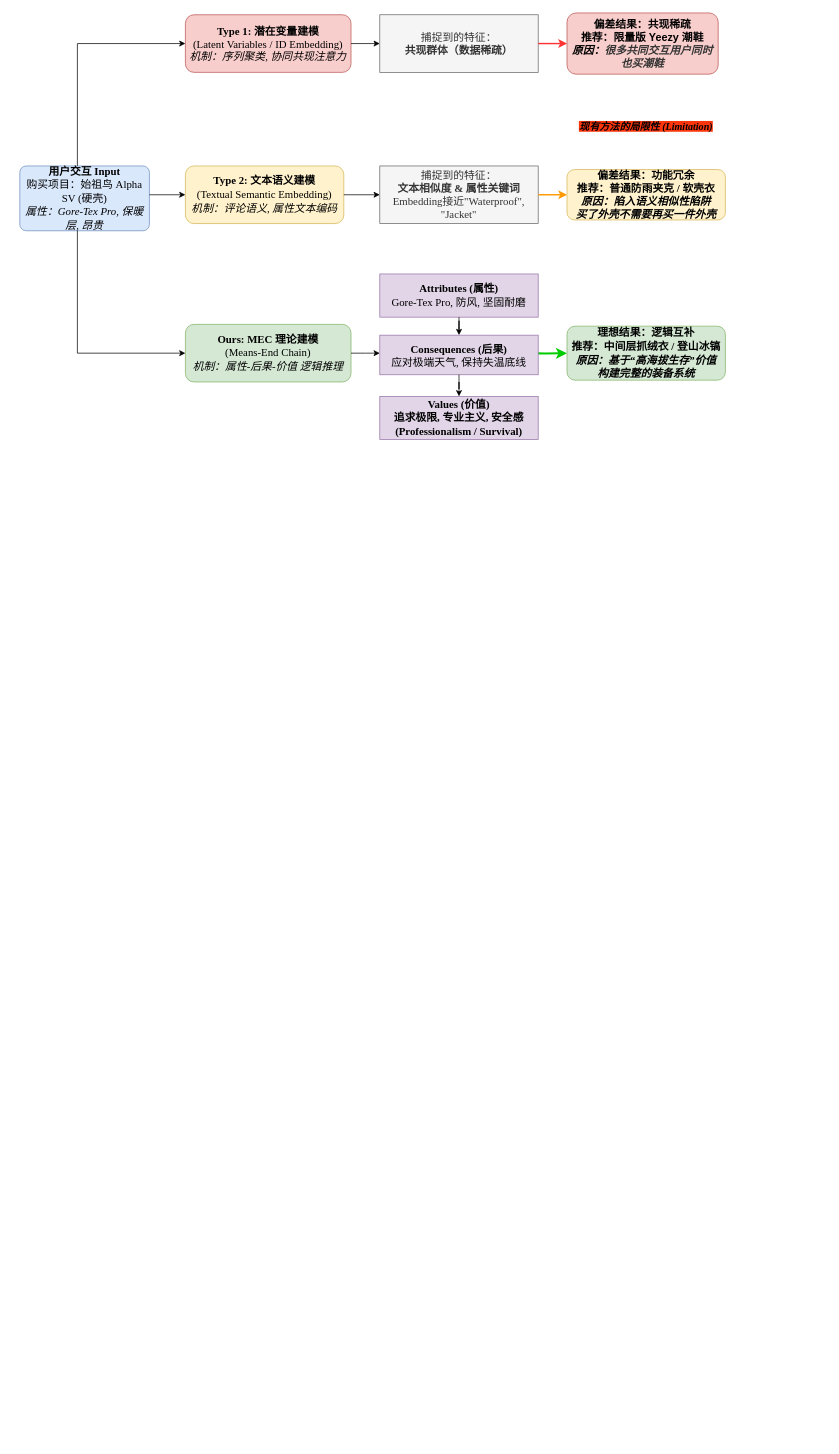
ClongPang/draw.io.storages keeps this draw.io diagram as IntentRS/introduction.drawio. Above is the earlier version. Source tidied: cells renumbered, new cells numbered last; positions are measured from the earlier drawing's top-left corner, leaving out a move shared by most shapes. Both pictures are drawn from the tidied source at 72%, with x=0, y=0 at pixel (19, 13).
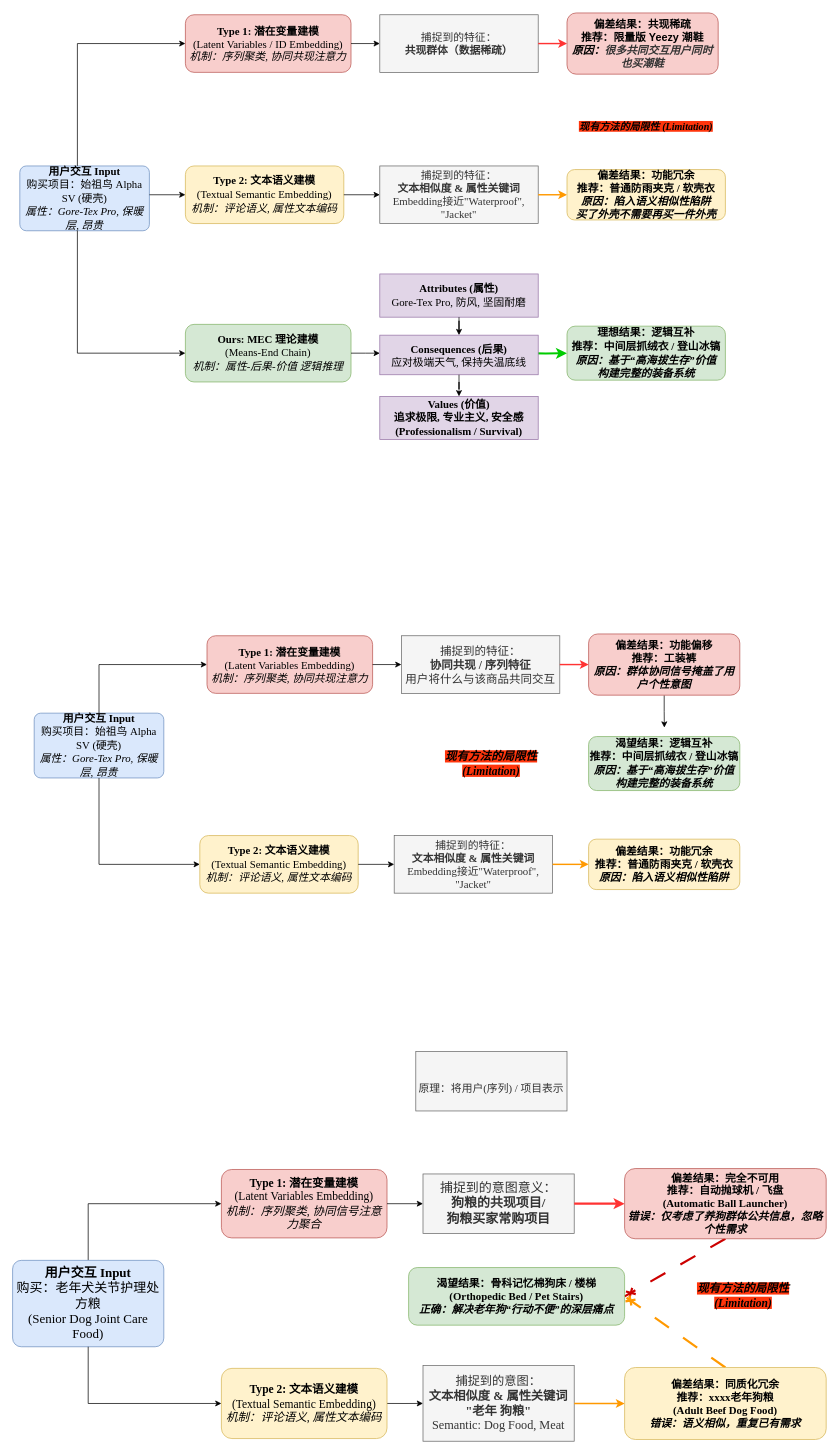
The same page after the edit.

The edit, as a diff of the source:
```diff
@@
+    <mxCell id="26" value="&lt;font style=&quot;font-size: 15px;&quot;&gt;&lt;b&gt;用户交互 Input&lt;/b&gt;&lt;br&gt;购买项目：始祖鸟 Alpha SV (硬壳)&lt;br&gt;&lt;i&gt;属性：Gore-Tex Pro, 保暖层, 昂贵&lt;/i&gt;&lt;/font&gt;" style="rounded=1;whiteSpace=wrap;html=1;fillColor=#dae8fc;strokeColor=#6c8ebf;arcSize=10;fontStyle=0;fontFamily=Times New Roman;fontSize=14;" parent="1" vertex="1">
+      <mxGeometry x="20" y="972" width="180" height="90" as="geometry" />
+    </mxCell>
+    <mxCell id="27" style="edgeStyle=orthogonalEdgeStyle;rounded=0;jettySize=auto;html=1;entryX=0;entryY=0.5;entryDx=0;entryDy=0;" parent="1" edge="1" source="26" target="28">
+      <mxGeometry relative="1" as="geometry">
+        <Array as="points">
+          <mxPoint x="110" y="904.5" />
+        </Array>
+      </mxGeometry>
+    </mxCell>
+    <mxCell id="28" value="&lt;font face=&quot;Times New Roman&quot; style=&quot;font-size: 15px;&quot;&gt;&lt;b style=&quot;&quot;&gt;Type 1: 潜在变量建模&lt;/b&gt;&lt;br&gt;(Latent Variables Embedding)&lt;br&gt;&lt;i style=&quot;&quot;&gt;机制：序列聚类, 协同共现注意力&lt;/i&gt;&lt;/font&gt;" style="rounded=1;whiteSpace=wrap;html=1;fillColor=#f8cecc;strokeColor=#b85450;" parent="1" vertex="1">
+      <mxGeometry x="260" y="864.5" width="230" height="80" as="geometry" />
+    </mxCell>
+    <mxCell id="29" style="edgeStyle=orthogonalEdgeStyle;rounded=0;jettySize=auto;html=1;entryX=0;entryY=0.5;entryDx=0;entryDy=0;exitX=0.5;exitY=1;exitDx=0;exitDy=0;" parent="1" edge="1" source="26" target="30">
+      <mxGeometry relative="1" as="geometry">
+        <Array as="points">
+          <mxPoint x="110" y="1182" />
+        </Array>
+      </mxGeometry>
+    </mxCell>
+    <mxCell id="30" value="&lt;font style=&quot;font-size: 15px;&quot;&gt;&lt;b&gt;Type 2: 文本语义建模&lt;/b&gt;&lt;br&gt;(Textual Semantic Embedding)&lt;br&gt;&lt;i&gt;机制：评论语义, 属性文本编码&lt;/i&gt;&lt;/font&gt;" style="rounded=1;whiteSpace=wrap;html=1;fillColor=#fff2cc;strokeColor=#d6b656;fontFamily=Times New Roman;fontSize=14;" parent="1" vertex="1">
+      <mxGeometry x="250" y="1142" width="220" height="80" as="geometry" />
+    </mxCell>
+    <mxCell id="31" style="edgeStyle=orthogonalEdgeStyle;rounded=0;jettySize=auto;html=1;" parent="1" edge="1" source="28" target="32">
+      <mxGeometry relative="1" as="geometry" />
+    </mxCell>
+    <mxCell id="32" value="&lt;font face=&quot;Times New Roman&quot; style=&quot;font-size: 16px;&quot;&gt;&lt;font style=&quot;&quot;&gt;捕捉到的特征：&lt;br&gt;&lt;b style=&quot;&quot;&gt;协同共现 / 序列特征&lt;/b&gt;&lt;/font&gt;&lt;br&gt;&lt;/font&gt;&lt;div&gt;&lt;font face=&quot;Times New Roman&quot; style=&quot;font-size: 16px;&quot;&gt;用户将什么与该商品共同交互&lt;/font&gt;&lt;/div&gt;" style="rounded=0;whiteSpace=wrap;html=1;fillColor=#f5f5f5;fontColor=#333333;strokeColor=#666666;" parent="1" vertex="1">
+      <mxGeometry x="530" y="864.5" width="220" height="80" as="geometry" />
+    </mxCell>
+    <mxCell id="33" style="edgeStyle=orthogonalEdgeStyle;rounded=0;jettySize=auto;html=1;strokeWidth=2;strokeColor=#FF3333;" parent="1" edge="1" source="32" target="35">
+      <mxGeometry relative="1" as="geometry" />
+    </mxCell>
+    <mxCell id="34" style="edgeStyle=orthogonalEdgeStyle;rounded=0;jettySize=auto;html=1;exitX=0.5;exitY=1;exitDx=0;exitDy=0;" parent="1" edge="1" source="35">
+      <mxGeometry relative="1" as="geometry">
+        <mxPoint x="895.2" y="992" as="targetPoint" />
+      </mxGeometry>
+    </mxCell>
+    <mxCell id="35" value="&lt;font style=&quot;font-size: 15px;&quot;&gt;&lt;b&gt;偏差结果：功能偏移&lt;/b&gt;&lt;br&gt;推荐：工装裤&lt;br&gt;&lt;i&gt;原因：群体协同信号掩盖了用户个性意图&lt;/i&gt;&lt;/font&gt;" style="rounded=1;whiteSpace=wrap;html=1;fillColor=#f8cecc;strokeColor=#b85450;fontStyle=1;fontSize=14;" parent="1" vertex="1">
+      <mxGeometry x="790" y="862" width="210" height="85" as="geometry" />
+    </mxCell>
+    <mxCell id="36" style="edgeStyle=orthogonalEdgeStyle;rounded=0;jettySize=auto;html=1;" parent="1" edge="1" source="30" target="37">
+      <mxGeometry relative="1" as="geometry" />
+    </mxCell>
+    <mxCell id="37" value="&lt;font style=&quot;font-size: 15px;&quot;&gt;捕捉到的特征：&lt;br&gt;&lt;b style=&quot;&quot;&gt;文本相似度 &amp;amp; 属性关键词&lt;/b&gt;&lt;br&gt;Embedding接近&quot;Waterproof&quot;, &quot;Jacket&quot;&lt;/font&gt;" style="rounded=0;whiteSpace=wrap;html=1;fillColor=#f5f5f5;fontColor=#333333;strokeColor=#666666;fontFamily=Times New Roman;" parent="1" vertex="1">
+      <mxGeometry x="520" y="1142" width="220" height="80" as="geometry" />
+    </mxCell>
+    <mxCell id="38" style="edgeStyle=orthogonalEdgeStyle;rounded=0;jettySize=auto;html=1;strokeWidth=2;strokeColor=#FF9900;" parent="1" edge="1" source="37" target="39">
+      <mxGeometry relative="1" as="geometry" />
+    </mxCell>
+    <mxCell id="39" value="&lt;font face=&quot;Times New Roman&quot; style=&quot;font-size: 15px;&quot;&gt;&lt;b style=&quot;&quot;&gt;偏差结果：功能冗余&lt;/b&gt;&lt;br&gt;推荐：普通防雨夹克 / 软壳衣&lt;br&gt;&lt;i style=&quot;&quot;&gt;原因：陷入语义相似性陷阱&lt;br&gt;&lt;/i&gt;&lt;/font&gt;" style="rounded=1;whiteSpace=wrap;html=1;fillColor=#fff2cc;strokeColor=#d6b656;fontStyle=1;" parent="1" vertex="1">
+      <mxGeometry x="790" y="1147" width="210" height="70" as="geometry" />
+    </mxCell>
+    <mxCell id="40" value="&lt;font face=&quot;Times New Roman&quot; style=&quot;font-size: 16px;&quot;&gt;&lt;i style=&quot;background-color: rgb(255, 53, 12);&quot;&gt;现有方法的局限性 (Limitation)&lt;/i&gt;&lt;/font&gt;" style="text;html=1;strokeColor=none;fillColor=none;align=center;verticalAlign=middle;whiteSpace=wrap;rounded=0;fontStyle=1;fontSize=14;" parent="1" vertex="1">
+      <mxGeometry x="550" y="1013.2" width="210" height="57.5" as="geometry" />
+    </mxCell>
+    <mxCell id="41" value="&lt;font style=&quot;font-size: 15px;&quot;&gt;&lt;b&gt;渴望结果：逻辑互补&lt;/b&gt;&lt;br&gt;推荐：中间层抓绒衣 / 登山冰镐&lt;br&gt;&lt;i&gt;原因：基于“高海拔生存”价值&lt;br&gt;构建完整的装备系统&lt;/i&gt;&lt;/font&gt;" style="rounded=1;whiteSpace=wrap;html=1;fillColor=#d5e8d4;strokeColor=#82b366;fontStyle=1;fontFamily=Times New Roman;fontSize=14;" parent="1" vertex="1">
+      <mxGeometry x="790" y="1004.5" width="210" height="75" as="geometry" />
+    </mxCell>
+    <mxCell id="42" style="edgeStyle=orthogonalEdgeStyle;rounded=0;jettySize=auto;html=1;exitX=0.5;exitY=0;exitDx=0;exitDy=0;entryX=0;entryY=0.5;entryDx=0;entryDy=0;" parent="1" edge="1" source="43" target="44">
+      <mxGeometry relative="1" as="geometry" />
+    </mxCell>
+    <mxCell id="43" value="&lt;font face=&quot;Times New Roman&quot; style=&quot;font-size: 18px;&quot;&gt;&lt;b style=&quot;&quot;&gt;用户交互 Input&lt;/b&gt;&lt;br&gt;购买：老年犬关节护理处方粮&lt;br&gt;(Senior Dog Joint Care Food)&lt;/font&gt;" style="rounded=1;whiteSpace=wrap;html=1;fillColor=#dae8fc;strokeColor=#6c8ebf;arcSize=10;fontStyle=0;fontSize=14;" parent="1" vertex="1">
+      <mxGeometry x="-10" y="1732" width="210" height="120" as="geometry" />
+    </mxCell>
+    <mxCell id="44" value="&lt;font face=&quot;Times New Roman&quot; style=&quot;font-size: 16px;&quot;&gt;&lt;b style=&quot;&quot;&gt;Type 1: 潜在变量建模&lt;/b&gt;&lt;br&gt;(Latent Variables Embedding)&lt;br style=&quot;&quot;&gt;&lt;i style=&quot;&quot;&gt;机制：序列聚类, 协同信号注意力聚合&lt;/i&gt;&lt;/font&gt;" style="rounded=1;whiteSpace=wrap;html=1;fillColor=#f8cecc;strokeColor=#b85450;" parent="1" vertex="1">
+      <mxGeometry x="280" y="1605.8" width="230" height="95" as="geometry" />
+    </mxCell>
+    <mxCell id="45" style="edgeStyle=orthogonalEdgeStyle;rounded=0;jettySize=auto;html=1;entryX=0;entryY=0.5;entryDx=0;entryDy=0;exitX=0.5;exitY=1;exitDx=0;exitDy=0;" parent="1" edge="1" source="43" target="57">
+      <mxGeometry relative="1" as="geometry" />
+    </mxCell>
+    <mxCell id="46" style="edgeStyle=orthogonalEdgeStyle;rounded=0;jettySize=auto;html=1;" parent="1" edge="1" source="44" target="47">
+      <mxGeometry relative="1" as="geometry" />
+    </mxCell>
+    <mxCell id="47" value="&lt;div&gt;&lt;span style=&quot;font-family: &amp;quot;Times New Roman&amp;quot;; background-color: transparent; color: light-dark(rgb(51, 51, 51), rgb(193, 193, 193));&quot;&gt;&lt;font style=&quot;font-size: 18px;&quot;&gt;捕捉到的意图意义：&lt;/font&gt;&lt;/span&gt;&lt;/div&gt;&lt;font style=&quot;font-size: 18px;&quot; face=&quot;Times New Roman&quot;&gt;&lt;b style=&quot;&quot;&gt;狗粮的共现项目/&lt;/b&gt;&lt;/font&gt;&lt;div&gt;&lt;font style=&quot;font-size: 18px;&quot; face=&quot;Times New Roman&quot;&gt;&lt;b style=&quot;&quot;&gt;狗粮买家常购项目&lt;/b&gt;&lt;/font&gt;&lt;/div&gt;" style="rounded=0;whiteSpace=wrap;html=1;fillColor=#f5f5f5;fontColor=#333333;strokeColor=#666666;" parent="1" vertex="1">
+      <mxGeometry x="560" y="1612" width="210" height="82.5" as="geometry" />
+    </mxCell>
+    <mxCell id="48" style="edgeStyle=orthogonalEdgeStyle;rounded=0;jettySize=auto;html=1;strokeWidth=3;strokeColor=#FF3333;" parent="1" edge="1" source="47" target="50">
+      <mxGeometry relative="1" as="geometry" />
+    </mxCell>
+    <mxCell id="49" style="rounded=0;jettySize=auto;html=1;exitX=0.5;exitY=1;exitDx=0;exitDy=0;entryX=1;entryY=0.5;entryDx=0;entryDy=0;strokeWidth=3;strokeColor=#CC0000;dashed=1;dashPattern=8 8;endArrow=cross;endFill=0;" parent="1" edge="1" source="50" target="55">
+      <mxGeometry relative="1" as="geometry" />
+    </mxCell>
+    <mxCell id="50" value="&lt;font face=&quot;Times New Roman&quot; style=&quot;font-size: 15px;&quot;&gt;&lt;b style=&quot;&quot;&gt;偏差结果：完全不可用&lt;/b&gt;&lt;br&gt;推荐：自动抛球机 / 飞盘&lt;br&gt;(Automatic Ball Launcher)&lt;br&gt;&lt;i style=&quot;&quot;&gt;错误：仅考虑了养狗群体公共信息，忽略个性需求&lt;/i&gt;&lt;/font&gt;" style="rounded=1;whiteSpace=wrap;html=1;fillColor=#f8cecc;strokeColor=#b85450;fontStyle=1;" parent="1" vertex="1">
+      <mxGeometry x="840" y="1604.5" width="280" height="97.5" as="geometry" />
+    </mxCell>
+    <mxCell id="51" value="&lt;font style=&quot;font-size: 17px;&quot;&gt;捕捉到的意图：&lt;br&gt;&lt;b style=&quot;&quot;&gt;文本相似度 &amp;amp; 属性关键词&lt;/b&gt;&lt;/font&gt;&lt;div&gt;&lt;font style=&quot;font-size: 17px;&quot;&gt;&lt;b style=&quot;&quot;&gt;&quot;老年 狗粮&quot;&lt;/b&gt;&lt;br&gt;Semantic: Dog Food, Meat&lt;/font&gt;&lt;/div&gt;" style="rounded=0;whiteSpace=wrap;html=1;fillColor=#f5f5f5;fontColor=#333333;strokeColor=#666666;fontFamily=Times New Roman;fontSize=13;" parent="1" vertex="1">
+      <mxGeometry x="560" y="1878.2" width="210" height="105" as="geometry" />
+    </mxCell>
+    <mxCell id="52" style="edgeStyle=orthogonalEdgeStyle;rounded=0;jettySize=auto;html=1;strokeWidth=2;strokeColor=#FF9900;" parent="1" edge="1" source="51" target="54">
+      <mxGeometry relative="1" as="geometry" />
+    </mxCell>
+    <mxCell id="53" style="rounded=0;jettySize=auto;html=1;exitX=0.5;exitY=0;exitDx=0;exitDy=0;strokeWidth=3;strokeColor=light-dark(#ff9900, #ededed);dashed=1;dashPattern=8 8;endArrow=cross;endFill=0;" parent="1" edge="1" source="54">
+      <mxGeometry relative="1" as="geometry">
+        <mxPoint x="840" y="1782" as="targetPoint" />
+      </mxGeometry>
+    </mxCell>
+    <mxCell id="54" value="&lt;font face=&quot;Times New Roman&quot; style=&quot;font-size: 15px;&quot;&gt;&lt;b style=&quot;&quot;&gt;偏差结果：同质化冗余&lt;/b&gt;&lt;br&gt;推荐：xxxx老年狗粮&lt;br&gt;(Adult Beef Dog Food)&lt;br&gt;&lt;i style=&quot;&quot;&gt;错误：语义相似，重复已有需求&lt;/i&gt;&lt;/font&gt;" style="rounded=1;whiteSpace=wrap;html=1;fillColor=#fff2cc;strokeColor=#d6b656;fontStyle=1;" parent="1" vertex="1">
+      <mxGeometry x="840" y="1880.8" width="280" height="100" as="geometry" />
+    </mxCell>
+    <mxCell id="55" value="&lt;font face=&quot;Times New Roman&quot; style=&quot;font-size: 15px;&quot;&gt;&lt;b style=&quot;&quot;&gt;渴望结果：&lt;/b&gt;骨科记忆棉狗床 / 楼梯&lt;br&gt;(Orthopedic Bed / Pet Stairs)&lt;br&gt;&lt;i style=&quot;&quot;&gt;正确：解决老年狗“行动不便”的深层痛点&lt;/i&gt;&lt;/font&gt;" style="rounded=1;whiteSpace=wrap;html=1;fillColor=#d5e8d4;strokeColor=#82b366;fontStyle=1;" parent="1" vertex="1">
+      <mxGeometry x="540" y="1742" width="300" height="80" as="geometry" />
+    </mxCell>
+    <mxCell id="56" style="edgeStyle=orthogonalEdgeStyle;rounded=0;jettySize=auto;html=1;exitX=1;exitY=0.5;exitDx=0;exitDy=0;entryX=0;entryY=0.5;entryDx=0;entryDy=0;" parent="1" edge="1" source="57" target="51">
+      <mxGeometry relative="1" as="geometry" />
+    </mxCell>
+    <mxCell id="57" value="&lt;font style=&quot;font-size: 16px;&quot;&gt;&lt;b style=&quot;&quot;&gt;Type 2: 文本语义建模&lt;/b&gt;&lt;br&gt;(Textual Semantic Embedding)&lt;br&gt;&lt;i style=&quot;&quot;&gt;机制：评论语义, 属性文本编码&lt;/i&gt;&lt;/font&gt;" style="rounded=1;whiteSpace=wrap;html=1;fillColor=#fff2cc;strokeColor=#d6b656;fontFamily=Times New Roman;fontSize=14;" parent="1" vertex="1">
+      <mxGeometry x="280" y="1882" width="230" height="97.5" as="geometry" />
+    </mxCell>
+    <mxCell id="58" value="&lt;div&gt;&lt;font style=&quot;font-size: 15px;&quot; face=&quot;Times New Roman&quot;&gt;&lt;br&gt;&lt;/font&gt;&lt;/div&gt;&lt;font style=&quot;font-size: 15px;&quot; face=&quot;Times New Roman&quot;&gt;&lt;span style=&quot;background-color: transparent; color: light-dark(rgb(51, 51, 51), rgb(193, 193, 193));&quot;&gt;原理：将用户(序列) / 项目表示&lt;br&gt;&lt;/span&gt;&lt;/font&gt;" style="rounded=0;whiteSpace=wrap;html=1;fillColor=#f5f5f5;fontColor=#333333;strokeColor=#666666;" parent="1" vertex="1">
+      <mxGeometry x="550" y="1442" width="210" height="82.5" as="geometry" />
+    </mxCell>
+    <mxCell id="59" value="&lt;font face=&quot;Times New Roman&quot; style=&quot;font-size: 16px;&quot;&gt;&lt;i style=&quot;background-color: rgb(255, 53, 12);&quot;&gt;现有方法的局限性 (Limitation)&lt;/i&gt;&lt;/font&gt;" style="text;html=1;strokeColor=none;fillColor=none;align=center;verticalAlign=middle;whiteSpace=wrap;rounded=0;fontStyle=1;fontSize=14;" parent="1" vertex="1">
+      <mxGeometry x="900" y="1752" width="210" height="57.5" as="geometry" />
+    </mxCell>
```
